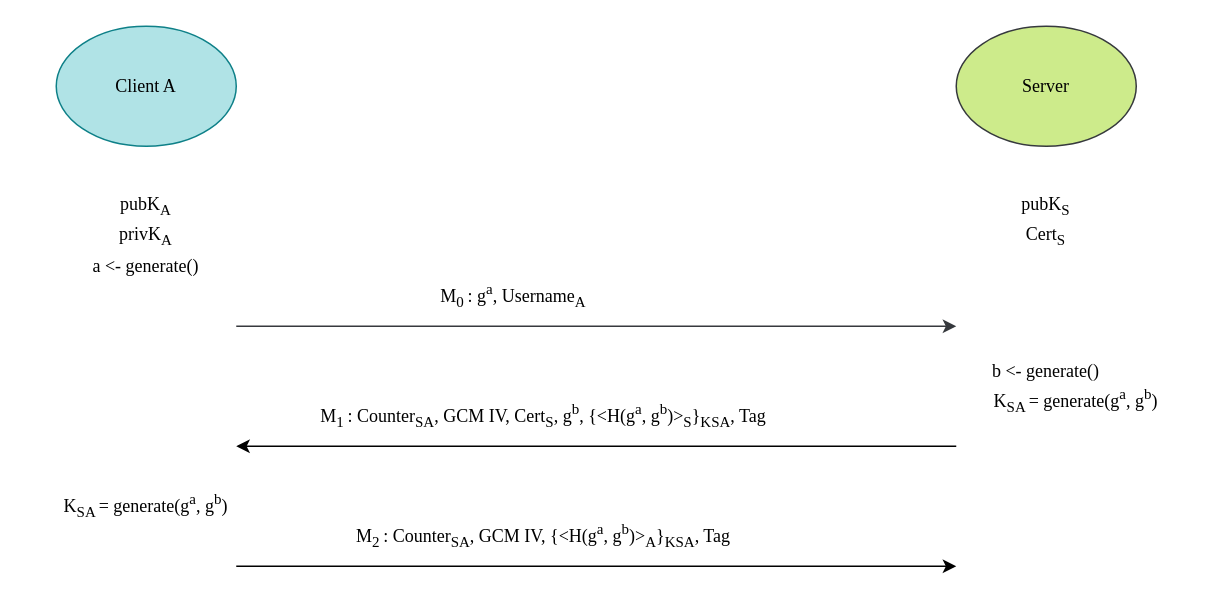
Above: page "Log in" (1 of 8) of diagrams/detailled_protocols.drawio in sinagh72/FOC (draw.io), before the change. Source tidied: cells renumbered, new cells numbered last; positions are measured from the earlier drawing's top-left corner, leaving out a move shared by most shapes. Both pictures are drawn from the tidied source at 150%, with x=0, y=0 at pixel (26, 26).
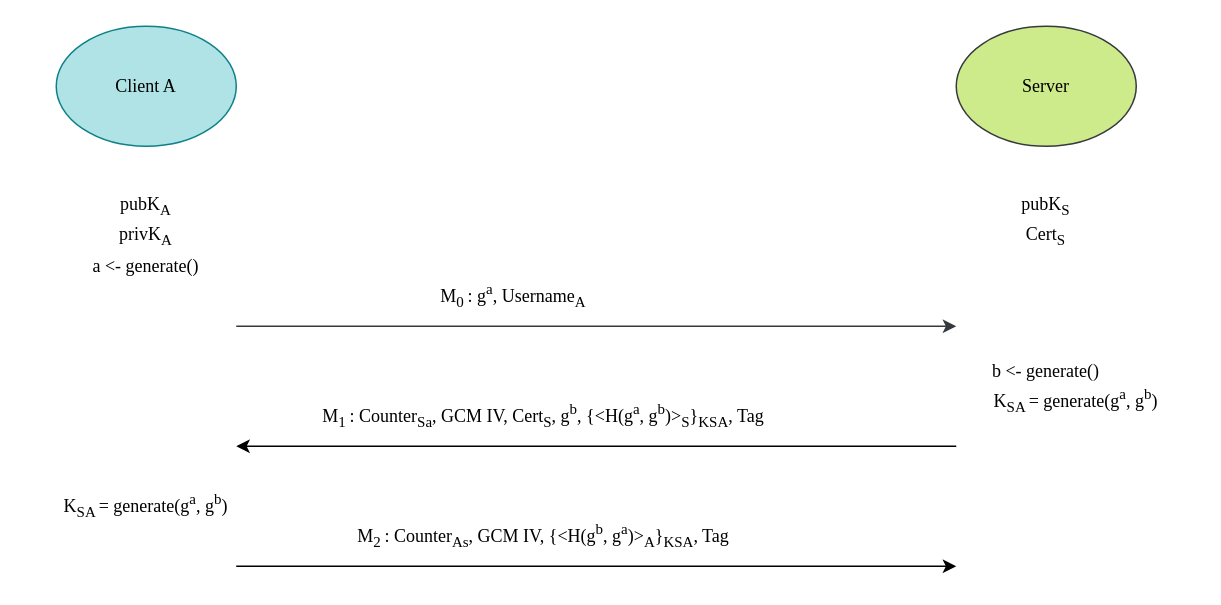
Above is the later version.

What changed in the source:
```diff
@@
-    <mxCell id="14" value="M&lt;sub&gt;1 &lt;/sub&gt;: Counter&lt;sub&gt;SA&lt;/sub&gt;, GCM IV, Cert&lt;sub&gt;S&lt;/sub&gt;, g&lt;sup&gt;b&lt;/sup&gt;, {&amp;lt;H(g&lt;sup&gt;a&lt;/sup&gt;, g&lt;sup&gt;b&lt;/sup&gt;)&amp;gt;&lt;sub&gt;S&lt;/sub&gt;}&lt;sub&gt;KSA&lt;/sub&gt;, Tag" style="text;html=1;strokeColor=none;fillColor=none;align=center;verticalAlign=middle;whiteSpace=wrap;rounded=0;fontFamily=Times New Roman;" parent="1" vertex="1">
+    <mxCell id="14" value="M&lt;sub&gt;1 &lt;/sub&gt;: Counter&lt;sub&gt;Sa&lt;/sub&gt;, GCM IV, Cert&lt;sub&gt;S&lt;/sub&gt;, g&lt;sup&gt;b&lt;/sup&gt;, {&amp;lt;H(g&lt;sup&gt;a&lt;/sup&gt;, g&lt;sup&gt;b&lt;/sup&gt;)&amp;gt;&lt;sub&gt;S&lt;/sub&gt;}&lt;sub&gt;KSA&lt;/sub&gt;, Tag" style="text;html=1;strokeColor=none;fillColor=none;align=center;verticalAlign=middle;whiteSpace=wrap;rounded=0;fontFamily=Times New Roman;" parent="1" vertex="1">
       <mxGeometry x="170" y="250" width="350" height="20" as="geometry" />
     </mxCell>
@@
-    <mxCell id="17" value="M&lt;sub&gt;2 &lt;/sub&gt;: Counter&lt;sub&gt;SA&lt;/sub&gt;, GCM IV, {&amp;lt;H(g&lt;sup&gt;a&lt;/sup&gt;, g&lt;sup&gt;b&lt;/sup&gt;)&amp;gt;&lt;sub&gt;A&lt;/sub&gt;}&lt;sub&gt;KSA&lt;/sub&gt;, Tag" style="text;html=1;strokeColor=none;fillColor=none;align=center;verticalAlign=middle;whiteSpace=wrap;rounded=0;fontFamily=Times New Roman;" parent="1" vertex="1">
+    <mxCell id="17" value="M&lt;sub&gt;2 &lt;/sub&gt;: Counter&lt;sub&gt;As&lt;/sub&gt;, GCM IV, {&amp;lt;H(g&lt;sup&gt;b&lt;/sup&gt;, g&lt;sup&gt;a&lt;/sup&gt;)&amp;gt;&lt;sub&gt;A&lt;/sub&gt;}&lt;sub&gt;KSA&lt;/sub&gt;, Tag" style="text;html=1;strokeColor=none;fillColor=none;align=center;verticalAlign=middle;whiteSpace=wrap;rounded=0;fontFamily=Times New Roman;" parent="1" vertex="1">
       <mxGeometry x="170" y="330" width="350" height="20" as="geometry" />
     </mxCell>
```
